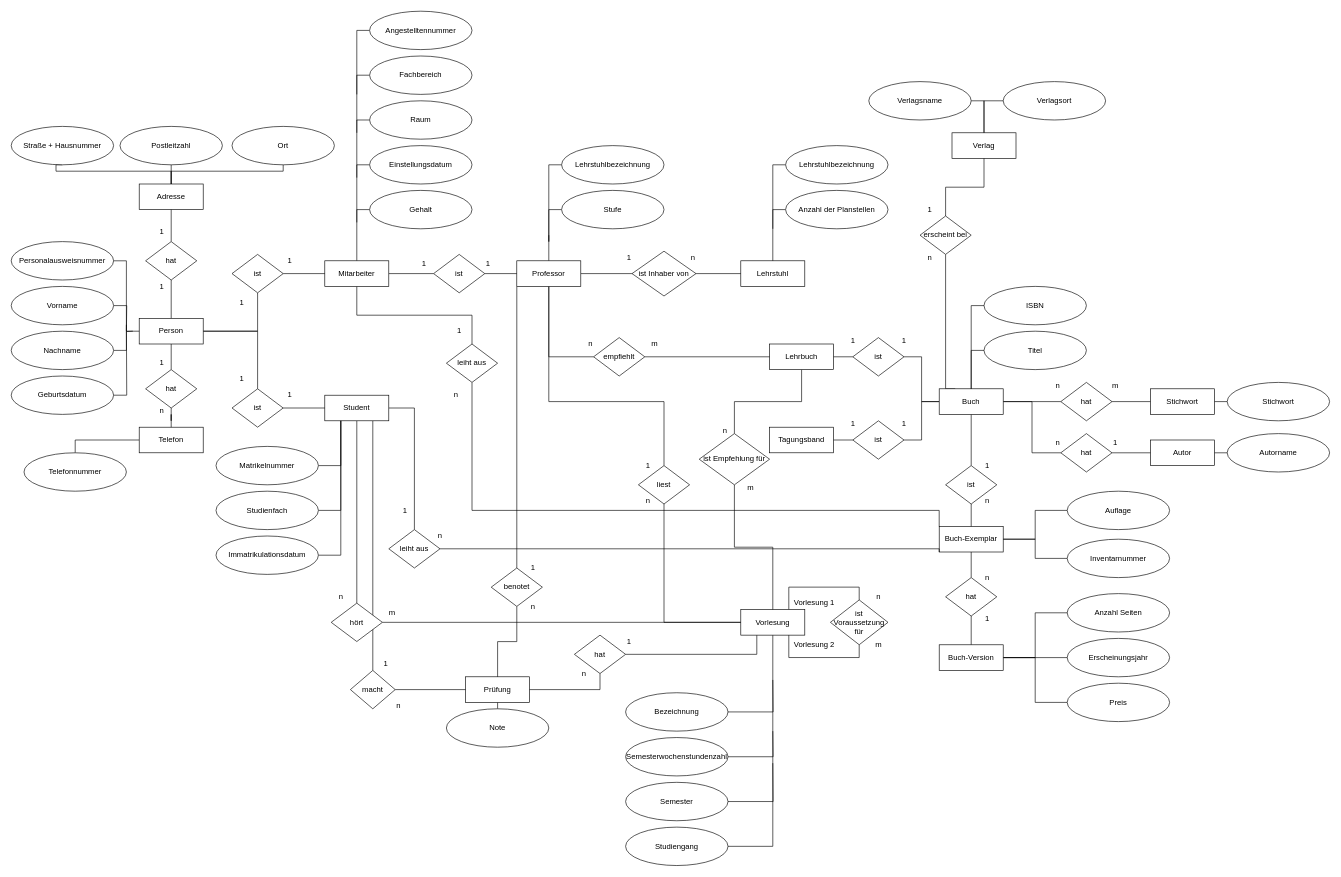
ingvargundahar/ER_Diagrams keeps this draw.io diagram as Universitaetsbeispiel.drawio. Above is the earlier version. Source tidied: cells renumbered, new cells numbered last; positions are measured from the earlier drawing's top-left corner, leaving out a move shared by most shapes. Both pictures are drawn from the tidied source at 64%, with x=0, y=0 at pixel (11, 11).
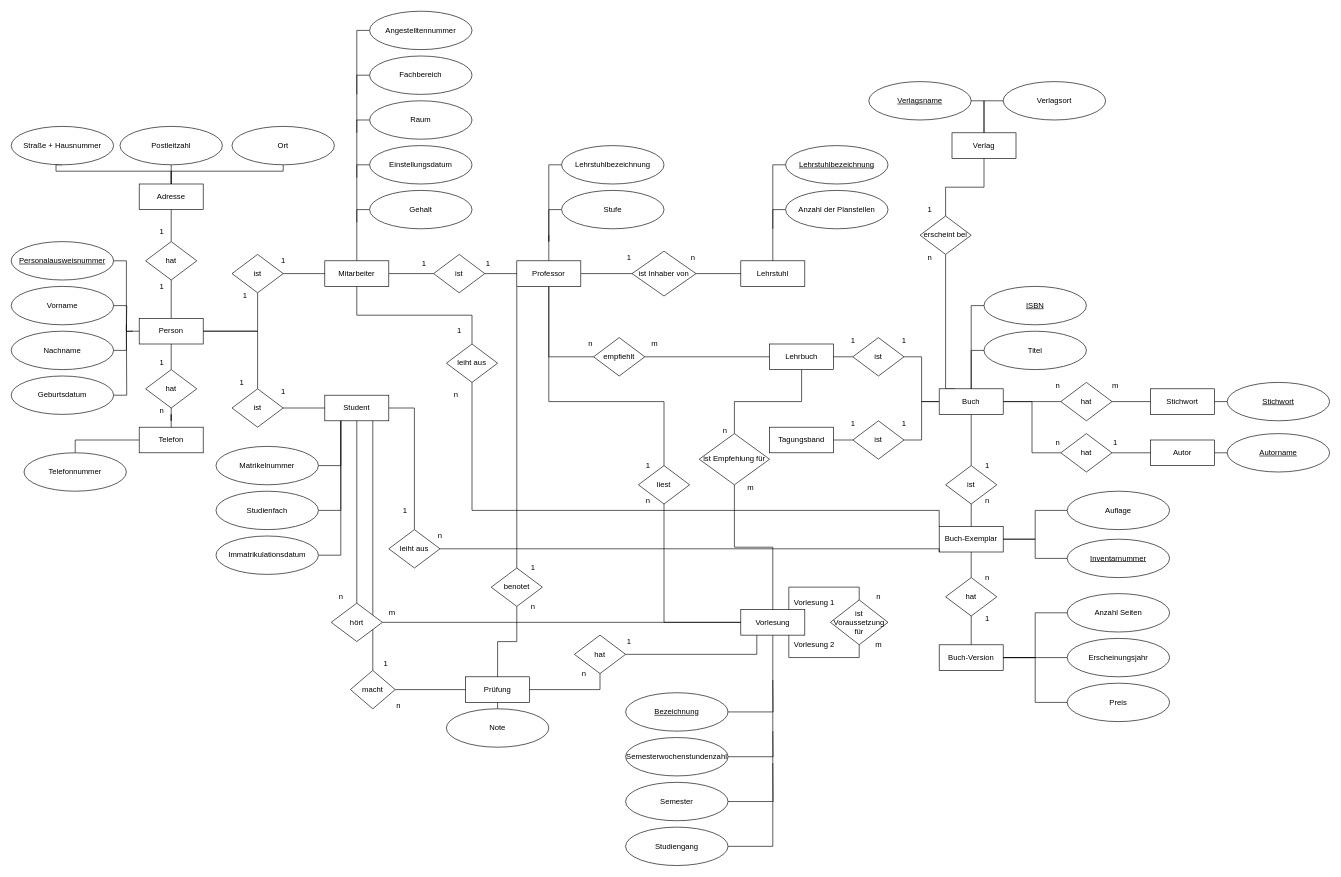
After the change.

What changed in the source:
```diff
@@
-    <mxCell id="12" value="Personalausweisnummer" style="ellipse;whiteSpace=wrap;html=1;align=center;" parent="1" vertex="1">
+    <mxCell id="12" value="&lt;u&gt;Personalausweisnummer&lt;/u&gt;" style="ellipse;whiteSpace=wrap;html=1;align=center;" parent="1" vertex="1">
       <mxGeometry y="360" width="160" height="60" as="geometry" />
     </mxCell>
@@
-    <mxCell id="71" value="Lehrstuhlbezeichnung" style="ellipse;whiteSpace=wrap;html=1;align=center;" parent="1" vertex="1">
+    <mxCell id="71" value="&lt;u&gt;Lehrstuhlbezeichnung&lt;/u&gt;" style="ellipse;whiteSpace=wrap;html=1;align=center;" parent="1" vertex="1">
       <mxGeometry x="1210" y="210" width="160" height="60" as="geometry" />
     </mxCell>
@@
-    <mxCell id="81" value="Bezeichnung" style="ellipse;whiteSpace=wrap;html=1;align=center;" parent="1" vertex="1">
+    <mxCell id="81" value="&lt;u&gt;Bezeichnung&lt;/u&gt;" style="ellipse;whiteSpace=wrap;html=1;align=center;" parent="1" vertex="1">
       <mxGeometry x="960" y="1064.9" width="160" height="60" as="geometry" />
     </mxCell>
@@
-    <mxCell id="97" value="ISBN" style="ellipse;whiteSpace=wrap;html=1;align=center;" parent="1" vertex="1">
+    <mxCell id="97" value="&lt;u&gt;ISBN&lt;/u&gt;" style="ellipse;whiteSpace=wrap;html=1;align=center;" parent="1" vertex="1">
       <mxGeometry x="1520" y="430" width="160" height="60" as="geometry" />
     </mxCell>
@@
-    <mxCell id="114" value="Stichwort" style="ellipse;whiteSpace=wrap;html=1;align=center;" parent="1" vertex="1">
+    <mxCell id="114" value="&lt;u&gt;Stichwort&lt;/u&gt;" style="ellipse;whiteSpace=wrap;html=1;align=center;" parent="1" vertex="1">
       <mxGeometry x="1900" y="580" width="160" height="60" as="geometry" />
     </mxCell>
-    <mxCell id="115" value="Autorname" style="ellipse;whiteSpace=wrap;html=1;align=center;" parent="1" vertex="1">
+    <mxCell id="115" value="&lt;u&gt;Autorname&lt;/u&gt;" style="ellipse;whiteSpace=wrap;html=1;align=center;" parent="1" vertex="1">
       <mxGeometry x="1900" y="660" width="160" height="60" as="geometry" />
     </mxCell>
@@
-    <mxCell id="120" value="Inventarnummer" style="ellipse;whiteSpace=wrap;html=1;align=center;" parent="1" vertex="1">
+    <mxCell id="120" value="&lt;u&gt;Inventarnummer&lt;/u&gt;" style="ellipse;whiteSpace=wrap;html=1;align=center;" parent="1" vertex="1">
       <mxGeometry x="1650" y="825" width="160" height="60" as="geometry" />
     </mxCell>
@@
-    <mxCell id="136" value="Verlagsname" style="ellipse;whiteSpace=wrap;html=1;align=center;" parent="1" vertex="1">
+    <mxCell id="136" value="&lt;u&gt;Verlagsname&lt;/u&gt;" style="ellipse;whiteSpace=wrap;html=1;align=center;" parent="1" vertex="1">
       <mxGeometry x="1340" y="110" width="160" height="60" as="geometry" />
     </mxCell>
@@
     <mxCell id="166" value="1" style="text;html=1;align=center;verticalAlign=middle;strokeColor=none;fillColor=none;" parent="1" vertex="1">
-      <mxGeometry x="345" y="440" width="30" height="30" as="geometry" />
+      <mxGeometry x="350" y="430" width="30" height="30" as="geometry" />
     </mxCell>
     <mxCell id="167" value="1" style="text;html=1;align=center;verticalAlign=middle;strokeColor=none;fillColor=none;" parent="1" vertex="1">
-      <mxGeometry x="420" y="375" width="30" height="30" as="geometry" />
+      <mxGeometry x="410" y="375" width="30" height="30" as="geometry" />
     </mxCell>
     <mxCell id="168" value="1" style="text;html=1;align=center;verticalAlign=middle;strokeColor=none;fillColor=none;" parent="1" vertex="1">
-      <mxGeometry x="345" y="560" width="30" height="30" as="geometry" />
+      <mxGeometry x="345" y="565" width="30" height="30" as="geometry" />
     </mxCell>
     <mxCell id="169" value="1" style="text;html=1;align=center;verticalAlign=middle;strokeColor=none;fillColor=none;" parent="1" vertex="1">
-      <mxGeometry x="420" y="585" width="30" height="30" as="geometry" />
+      <mxGeometry x="410" y="580" width="30" height="30" as="geometry" />
     </mxCell>
```
